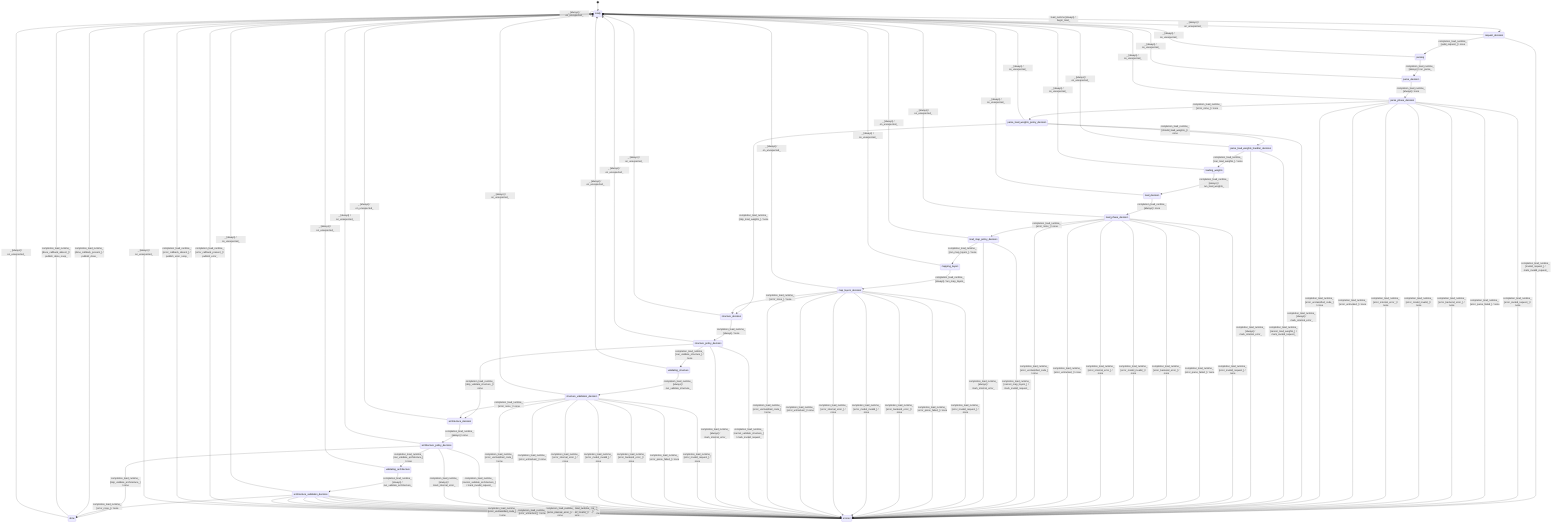
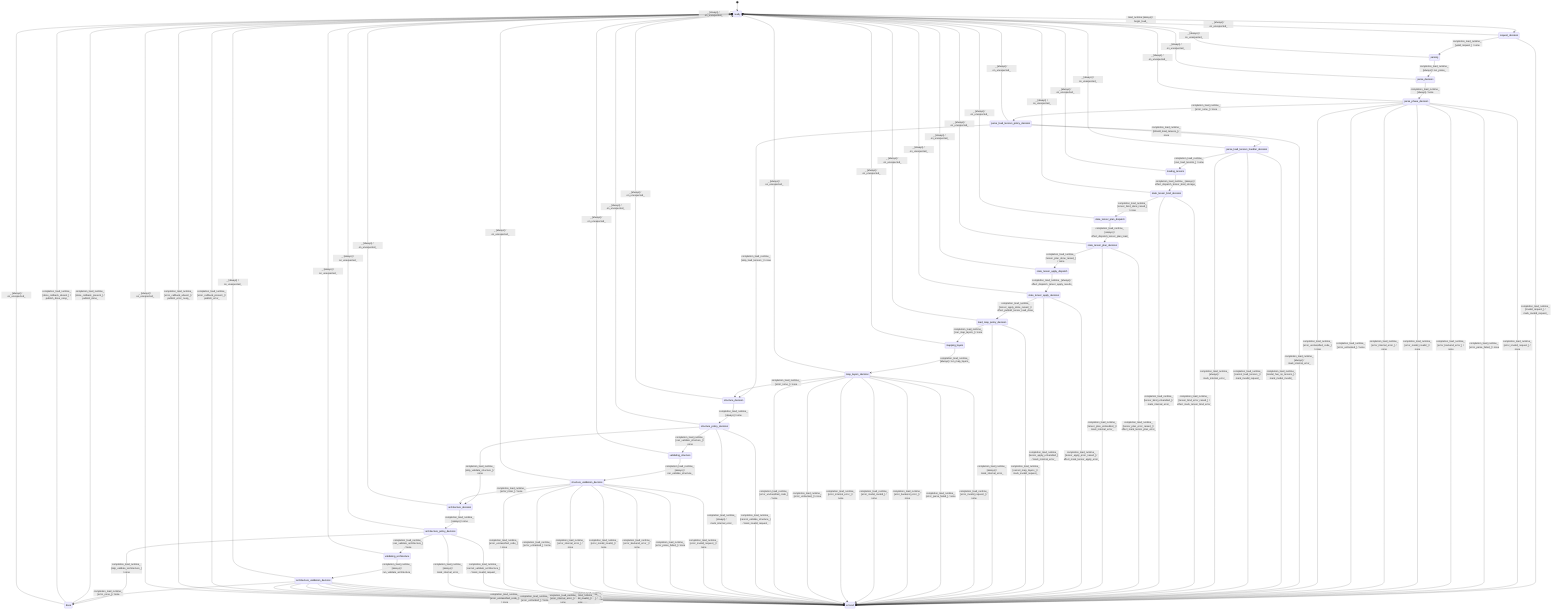
stateDiagram-v2
  direction TB
  [*] --> ready
  ready --> request_decision : load_runtime [always] / begin_load_
  request_decision --> parsing : completion_load_runtime_ [valid_request_] / none
  request_decision --> errored : completion_load_runtime_ [invalid_request_] / mark_invalid_request_
  parsing --> parse_decision : completion_load_runtime_ [always] / run_parse_
  parse_decision --> parse_phase_decision : completion_load_runtime_ [always] / none
-   parse_phase_decision --> parse_load_weights_policy_decision : completion_load_runtime_ [error_none_] / none
+   parse_phase_decision --> parse_load_tensors_policy_decision : completion_load_runtime_ [error_none_] / none
  parse_phase_decision --> errored : completion_load_runtime_ [error_invalid_request_] / none
  parse_phase_decision --> errored : completion_load_runtime_ [error_parse_failed_] / none
  parse_phase_decision --> errored : completion_load_runtime_ [error_backend_error_] / none
  parse_phase_decision --> errored : completion_load_runtime_ [error_model_invalid_] / none
  parse_phase_decision --> errored : completion_load_runtime_ [error_internal_error_] / none
  parse_phase_decision --> errored : completion_load_runtime_ [error_untracked_] / none
  parse_phase_decision --> errored : completion_load_runtime_ [error_unclassified_code_] / none
-   parse_load_weights_policy_decision --> parse_load_weights_handler_decision : completion_load_runtime_ [should_load_weights_] / none
-   parse_load_weights_policy_decision --> structure_decision : completion_load_runtime_ [skip_load_weights_] / none
-   parse_load_weights_policy_decision --> errored : completion_load_runtime_ [always] / mark_internal_error_
-   parse_load_weights_handler_decision --> loading_weights : completion_load_runtime_ [can_load_weights_] / none
-   parse_load_weights_handler_decision --> errored : completion_load_runtime_ [cannot_load_weights_] / mark_invalid_request_
-   parse_load_weights_handler_decision --> errored : completion_load_runtime_ [always] / mark_internal_error_
-   loading_weights --> load_decision : completion_load_runtime_ [always] / run_load_weights_
-   load_decision --> load_phase_decision : completion_load_runtime_ [always] / none
-   load_phase_decision --> load_map_policy_decision : completion_load_runtime_ [error_none_] / none
-   load_phase_decision --> errored : completion_load_runtime_ [error_invalid_request_] / none
-   load_phase_decision --> errored : completion_load_runtime_ [error_parse_failed_] / none
-   load_phase_decision --> errored : completion_load_runtime_ [error_backend_error_] / none
-   load_phase_decision --> errored : completion_load_runtime_ [error_model_invalid_] / none
-   load_phase_decision --> errored : completion_load_runtime_ [error_internal_error_] / none
-   load_phase_decision --> errored : completion_load_runtime_ [error_untracked_] / none
-   load_phase_decision --> errored : completion_load_runtime_ [error_unclassified_code_] / none
+   parse_load_tensors_policy_decision --> parse_load_tensors_handler_decision : completion_load_runtime_ [should_load_tensors_] / none
+   parse_load_tensors_policy_decision --> structure_decision : completion_load_runtime_ [skip_load_tensors_] / none
+   parse_load_tensors_policy_decision --> errored : completion_load_runtime_ [always] / mark_internal_error_
+   parse_load_tensors_handler_decision --> loading_tensors : completion_load_runtime_ [can_load_tensors_] / none
+   parse_load_tensors_handler_decision --> errored : completion_load_runtime_ [model_has_no_tensors_] / mark_model_invalid_
+   parse_load_tensors_handler_decision --> errored : completion_load_runtime_ [cannot_load_tensors_] / mark_invalid_request_
+   parse_load_tensors_handler_decision --> errored : completion_load_runtime_ [always] / mark_internal_error_
+   loading_tensors --> state_tensor_bind_decision : completion_load_runtime_ [always] / effect_dispatch_tensor_bind_storage_
+   state_tensor_bind_decision --> state_tensor_plan_dispatch : completion_load_runtime_ [tensor_bind_done_raised_] / none
+   state_tensor_bind_decision --> errored : completion_load_runtime_ [tensor_bind_error_raised_] / effect_mark_tensor_bind_error_
+   state_tensor_bind_decision --> errored : completion_load_runtime_ [tensor_bind_unhandled_] / mark_internal_error_
+   state_tensor_plan_dispatch --> state_tensor_plan_decision : completion_load_runtime_ [always] / effect_dispatch_tensor_plan_load_
+   state_tensor_plan_decision --> state_tensor_apply_dispatch : completion_load_runtime_ [tensor_plan_done_raised_] / none
+   state_tensor_plan_decision --> errored : completion_load_runtime_ [tensor_plan_error_raised_] / effect_mark_tensor_plan_error_
+   state_tensor_plan_decision --> errored : completion_load_runtime_ [tensor_plan_unhandled_] / mark_internal_error_
+   state_tensor_apply_dispatch --> state_tensor_apply_decision : completion_load_runtime_ [always] / effect_dispatch_tensor_apply_results_
+   state_tensor_apply_decision --> load_map_policy_decision : completion_load_runtime_ [tensor_apply_done_raised_] / effect_publish_tensor_load_done_
+   state_tensor_apply_decision --> errored : completion_load_runtime_ [tensor_apply_error_raised_] / effect_mark_tensor_apply_error_
+   state_tensor_apply_decision --> errored : completion_load_runtime_ [tensor_apply_unhandled_] / mark_internal_error_
  load_map_policy_decision --> mapping_layers : completion_load_runtime_ [can_map_layers_] / none
  load_map_policy_decision --> errored : completion_load_runtime_ [cannot_map_layers_] / mark_invalid_request_
  load_map_policy_decision --> errored : completion_load_runtime_ [always] / mark_internal_error_
  mapping_layers --> map_layers_decision : completion_load_runtime_ [always] / run_map_layers_
  map_layers_decision --> structure_decision : completion_load_runtime_ [error_none_] / none
  map_layers_decision --> errored : completion_load_runtime_ [error_invalid_request_] / none
  map_layers_decision --> errored : completion_load_runtime_ [error_parse_failed_] / none
  map_layers_decision --> errored : completion_load_runtime_ [error_backend_error_] / none
  map_layers_decision --> errored : completion_load_runtime_ [error_model_invalid_] / none
  map_layers_decision --> errored : completion_load_runtime_ [error_internal_error_] / none
  map_layers_decision --> errored : completion_load_runtime_ [error_untracked_] / none
  map_layers_decision --> errored : completion_load_runtime_ [error_unclassified_code_] / none
  structure_decision --> structure_policy_decision : completion_load_runtime_ [always] / none
  structure_policy_decision --> architecture_decision : completion_load_runtime_ [skip_validate_structure_] / none
  structure_policy_decision --> validating_structure : completion_load_runtime_ [can_validate_structure_] / none
  structure_policy_decision --> errored : completion_load_runtime_ [cannot_validate_structure_] / mark_invalid_request_
  structure_policy_decision --> errored : completion_load_runtime_ [always] / mark_internal_error_
  validating_structure --> structure_validation_decision : completion_load_runtime_ [always] / run_validate_structure_
  structure_validation_decision --> architecture_decision : completion_load_runtime_ [error_none_] / none
  structure_validation_decision --> errored : completion_load_runtime_ [error_invalid_request_] / none
  structure_validation_decision --> errored : completion_load_runtime_ [error_parse_failed_] / none
  structure_validation_decision --> errored : completion_load_runtime_ [error_backend_error_] / none
  structure_validation_decision --> errored : completion_load_runtime_ [error_model_invalid_] / none
  structure_validation_decision --> errored : completion_load_runtime_ [error_internal_error_] / none
  structure_validation_decision --> errored : completion_load_runtime_ [error_untracked_] / none
  structure_validation_decision --> errored : completion_load_runtime_ [error_unclassified_code_] / none
  architecture_decision --> architecture_policy_decision : completion_load_runtime_ [always] / none
  architecture_policy_decision --> done : completion_load_runtime_ [skip_validate_architecture_] / none
  architecture_policy_decision --> validating_architecture : completion_load_runtime_ [can_validate_architecture_] / none
  architecture_policy_decision --> errored : completion_load_runtime_ [cannot_validate_architecture_] / mark_invalid_request_
  architecture_policy_decision --> errored : completion_load_runtime_ [always] / mark_internal_error_
  validating_architecture --> architecture_validation_decision : completion_load_runtime_ [always] / run_validate_architecture_
  architecture_validation_decision --> done : completion_load_runtime_ [error_none_] / none
  architecture_validation_decision --> errored : completion_load_runtime_ [error_invalid_request_] / none
  architecture_validation_decision --> errored : completion_load_runtime_ [error_parse_failed_] / none
  architecture_validation_decision --> errored : completion_load_runtime_ [error_backend_error_] / none
  architecture_validation_decision --> errored : completion_load_runtime_ [error_model_invalid_] / none
  architecture_validation_decision --> errored : completion_load_runtime_ [error_internal_error_] / none
  architecture_validation_decision --> errored : completion_load_runtime_ [error_untracked_] / none
  architecture_validation_decision --> errored : completion_load_runtime_ [error_unclassified_code_] / none
  done --> ready : completion_load_runtime_ [done_callback_present_] / publish_done_
  done --> ready : completion_load_runtime_ [done_callback_absent_] / publish_done_noop_
  errored --> ready : completion_load_runtime_ [error_callback_present_] / publish_error_
  errored --> ready : completion_load_runtime_ [error_callback_absent_] / publish_error_noop_
  ready --> ready : _ [always] / on_unexpected_
  request_decision --> ready : _ [always] / on_unexpected_
  parsing --> ready : _ [always] / on_unexpected_
  parse_decision --> ready : _ [always] / on_unexpected_
  parse_phase_decision --> ready : _ [always] / on_unexpected_
-   parse_load_weights_policy_decision --> ready : _ [always] / on_unexpected_
-   parse_load_weights_handler_decision --> ready : _ [always] / on_unexpected_
-   loading_weights --> ready : _ [always] / on_unexpected_
-   load_decision --> ready : _ [always] / on_unexpected_
-   load_phase_decision --> ready : _ [always] / on_unexpected_
+   parse_load_tensors_policy_decision --> ready : _ [always] / on_unexpected_
+   parse_load_tensors_handler_decision --> ready : _ [always] / on_unexpected_
+   loading_tensors --> ready : _ [always] / on_unexpected_
+   state_tensor_bind_decision --> ready : _ [always] / on_unexpected_
+   state_tensor_plan_dispatch --> ready : _ [always] / on_unexpected_
+   state_tensor_plan_decision --> ready : _ [always] / on_unexpected_
+   state_tensor_apply_dispatch --> ready : _ [always] / on_unexpected_
+   state_tensor_apply_decision --> ready : _ [always] / on_unexpected_
  load_map_policy_decision --> ready : _ [always] / on_unexpected_
  mapping_layers --> ready : _ [always] / on_unexpected_
  map_layers_decision --> ready : _ [always] / on_unexpected_
  structure_decision --> ready : _ [always] / on_unexpected_
  structure_policy_decision --> ready : _ [always] / on_unexpected_
  validating_structure --> ready : _ [always] / on_unexpected_
  structure_validation_decision --> ready : _ [always] / on_unexpected_
  architecture_decision --> ready : _ [always] / on_unexpected_
  architecture_policy_decision --> ready : _ [always] / on_unexpected_
  validating_architecture --> ready : _ [always] / on_unexpected_
  architecture_validation_decision --> ready : _ [always] / on_unexpected_
  done --> ready : _ [always] / on_unexpected_
  errored --> ready : _ [always] / on_unexpected_
